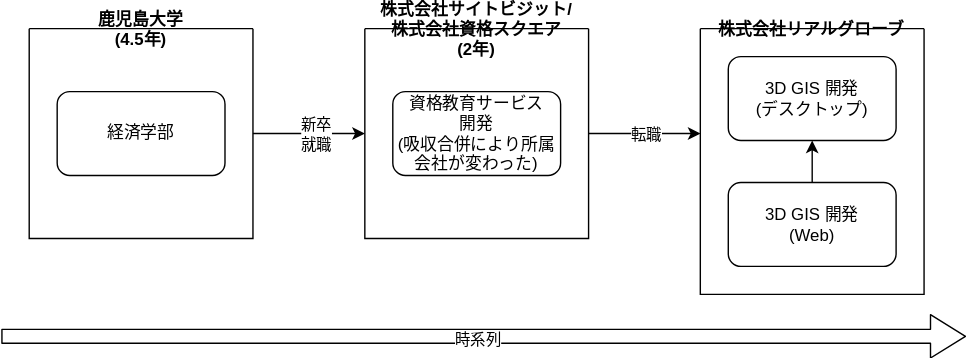
The draw.io diagram images/20240430-history.drawio.svg in kijimaD/roam, before a commit. Source tidied: cells renumbered, new cells last; positions are measured from the earlier drawing's top-left corner, leaving out a move shared by most shapes.
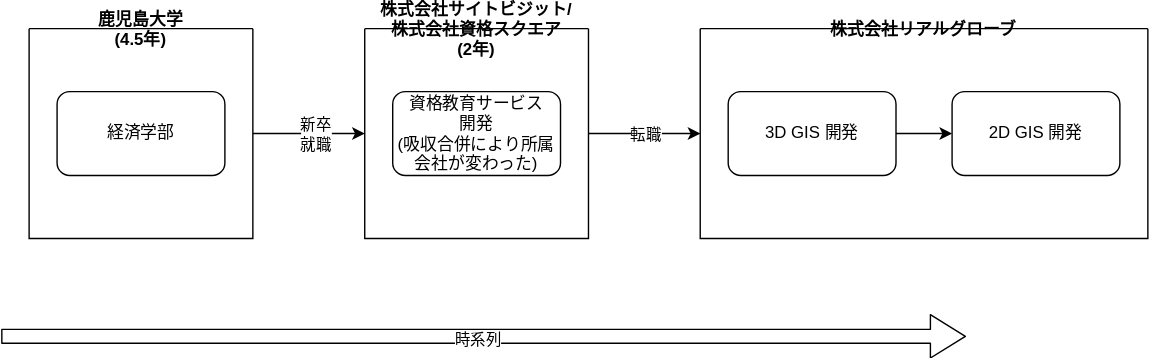
After the change.

Diff of the diagram source:
```diff
@@ -20,23 +20,23 @@
         <mxPoint x="15" y="1" as="offset" />
       </mxGeometry>
     </mxCell>
-    <mxCell id="6" style="edgeStyle=none;html=1;" parent="1" edge="1" target="7">
-      <mxGeometry relative="1" as="geometry">
-        <mxPoint x="660" y="75" as="sourcePoint" />
-      </mxGeometry>
-    </mxCell>
     <mxCell id="7" value="株式会社リアルグローブ" style="swimlane;startSize=0;" parent="1" vertex="1">
-      <mxGeometry x="499.9" width="160" height="190" as="geometry" />
+      <mxGeometry x="499.9" width="320.1" height="150" as="geometry" />
     </mxCell>
-    <mxCell id="8" value="3D GIS 開発&lt;br&gt;(デスクトップ)" style="rounded=1;whiteSpace=wrap;html=1;" parent="7" vertex="1">
-      <mxGeometry x="20" y="20" width="120" height="60" as="geometry" />
-    </mxCell>
-    <mxCell id="9" style="edgeStyle=none;html=1;" parent="7" edge="1" source="10" target="8">
-      <mxGeometry relative="1" as="geometry" />
+    <mxCell id="9" style="edgeStyle=none;html=1;" parent="7" edge="1" source="10">
+      <mxGeometry relative="1" as="geometry">
+        <mxPoint x="80" y="80" as="targetPoint" />
+      </mxGeometry>
     </mxCell>
+    <mxCell id="17" style="edgeStyle=none;html=1;" parent="7" edge="1" source="10" target="18">
+      <mxGeometry relative="1" as="geometry" />
+    </mxCell>
-    <mxCell id="10" value="3D GIS 開発&lt;br&gt;(Web)" style="rounded=1;whiteSpace=wrap;html=1;" parent="7" vertex="1">
-      <mxGeometry x="20" y="110" width="120" height="60" as="geometry" />
+    <mxCell id="10" value="3D GIS 開発" style="rounded=1;whiteSpace=wrap;html=1;" parent="7" vertex="1">
+      <mxGeometry x="20" y="45" width="120" height="60" as="geometry" />
     </mxCell>
+    <mxCell id="18" value="2D GIS 開発" style="rounded=1;whiteSpace=wrap;html=1;" parent="7" vertex="1">
+      <mxGeometry x="180.1" y="45" width="120" height="60" as="geometry" />
+    </mxCell>
     <mxCell id="11" value="鹿児島大学&#10;(4.5年)" style="swimlane;startSize=0;" parent="1" vertex="1">
       <mxGeometry x="20" width="160" height="150" as="geometry" />
     </mxCell>
```
